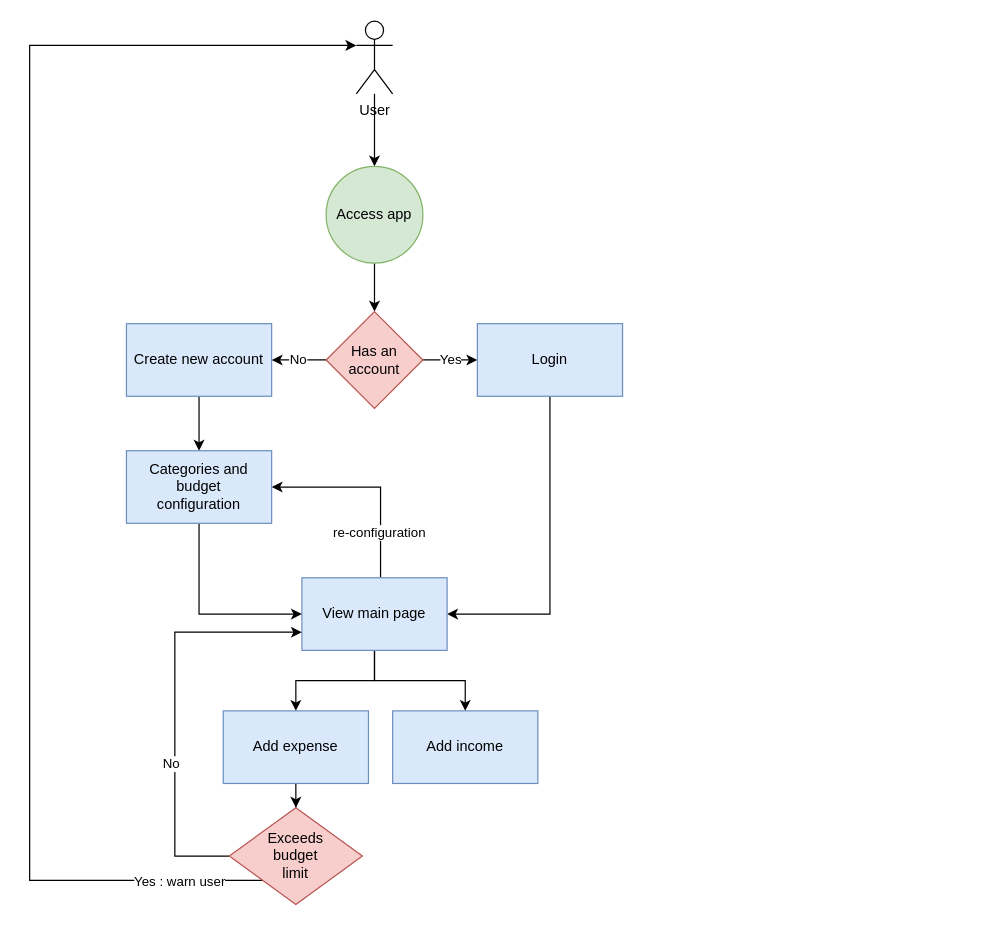
Before: charts/FlowChart.drawio in iuliali/budget-tracker, a draw.io diagram. Source tidied: cells renumbered, new cells numbered last; positions are measured from the earlier drawing's top-left corner, leaving out a move shared by most shapes. Both pictures are drawn from the tidied source at 121%, with x=0, y=0 at pixel (29, 21).
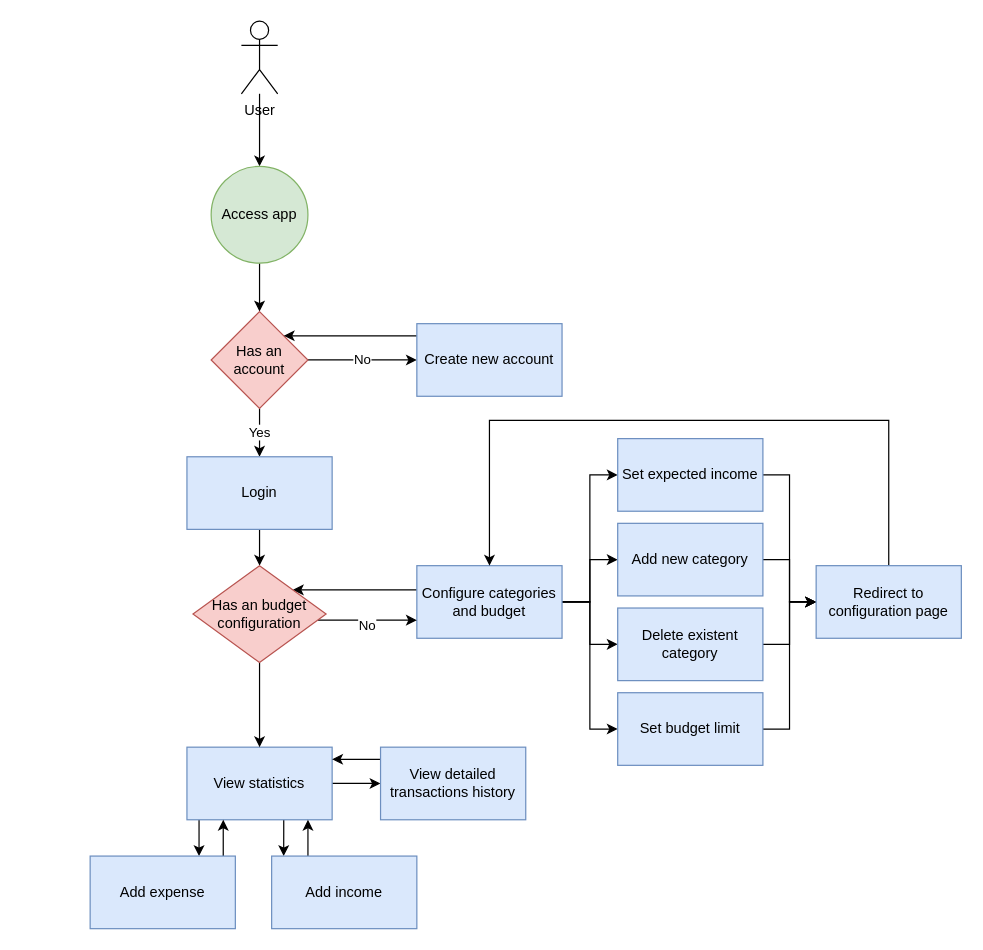
The same diagram, later.

Diff of the diagram source:
```diff
@@
     <mxCell id="2" style="edgeStyle=orthogonalEdgeStyle;rounded=0;jettySize=auto;html=1;entryX=0.5;entryY=0;entryDx=0;entryDy=0;" parent="1" edge="1" source="3">
       <mxGeometry relative="1" as="geometry">
-        <mxPoint x="285" y="120" as="targetPoint" />
+        <mxPoint x="190" y="120" as="targetPoint" />
       </mxGeometry>
     </mxCell>
     <mxCell id="3" value="User" style="shape=umlActor;verticalLabelPosition=bottom;verticalAlign=top;html=1;outlineConnect=0;" parent="1" vertex="1">
-      <mxGeometry x="270" width="30" height="60" as="geometry" />
+      <mxGeometry x="175" width="30" height="60" as="geometry" />
     </mxCell>
@@
     <mxCell id="5" value="Access app" style="ellipse;whiteSpace=wrap;html=1;fillColor=#d5e8d4;strokeColor=#82b366;" parent="1" vertex="1">
-      <mxGeometry x="245" y="120" width="80" height="80" as="geometry" />
+      <mxGeometry x="150" y="120" width="80" height="80" as="geometry" />
     </mxCell>
@@
-    <mxCell id="7" value="No" style="edgeStyle=orthogonalEdgeStyle;rounded=0;jettySize=auto;html=1;entryX=1;entryY=0.5;entryDx=0;entryDy=0;" parent="1" edge="1" source="8" target="12">
+    <mxCell id="7" value="No" style="edgeStyle=orthogonalEdgeStyle;rounded=0;jettySize=auto;html=1;entryX=0;entryY=0.5;entryDx=0;entryDy=0;" parent="1" edge="1" source="8" target="12">
       <mxGeometry relative="1" as="geometry" />
     </mxCell>
     <mxCell id="8" value="Has an account" style="rhombus;whiteSpace=wrap;html=1;fillColor=#f8cecc;strokeColor=#b85450;" parent="1" vertex="1">
-      <mxGeometry x="245" y="240" width="80" height="80" as="geometry" />
+      <mxGeometry x="150" y="240" width="80" height="80" as="geometry" />
     </mxCell>
-    <mxCell id="9" style="edgeStyle=orthogonalEdgeStyle;rounded=0;jettySize=auto;html=1;entryX=1;entryY=0.5;entryDx=0;entryDy=0;" parent="1" edge="1" source="10" target="17">
-      <mxGeometry relative="1" as="geometry">
-        <Array as="points">
-          <mxPoint x="430" y="490" />
-        </Array>
-      </mxGeometry>
-    </mxCell>
+    <mxCell id="28" style="edgeStyle=orthogonalEdgeStyle;rounded=0;jettySize=auto;html=1;entryX=0.5;entryY=0;entryDx=0;entryDy=0;" parent="1" edge="1" source="10" target="39">
+      <mxGeometry relative="1" as="geometry" />
+    </mxCell>
     <mxCell id="10" value="Login" style="rounded=0;whiteSpace=wrap;html=1;fillColor=#dae8fc;strokeColor=#6c8ebf;" parent="1" vertex="1">
-      <mxGeometry x="370" y="250" width="120" height="60" as="geometry" />
+      <mxGeometry x="130" y="360" width="120" height="60" as="geometry" />
     </mxCell>
-    <mxCell id="11" style="edgeStyle=orthogonalEdgeStyle;rounded=0;jettySize=auto;html=1;" parent="1" edge="1" source="12" target="19">
-      <mxGeometry relative="1" as="geometry" />
-    </mxCell>
+    <mxCell id="29" style="edgeStyle=orthogonalEdgeStyle;rounded=0;jettySize=auto;html=1;entryX=1;entryY=0;entryDx=0;entryDy=0;" parent="1" edge="1" source="12" target="8">
+      <mxGeometry relative="1" as="geometry">
+        <Array as="points">
+          <mxPoint x="350" y="260" />
+          <mxPoint x="350" y="260" />
+        </Array>
+      </mxGeometry>
+    </mxCell>
     <mxCell id="12" value="Create new account" style="rounded=0;whiteSpace=wrap;html=1;fillColor=#dae8fc;strokeColor=#6c8ebf;" parent="1" vertex="1">
-      <mxGeometry x="80" y="250" width="120" height="60" as="geometry" />
+      <mxGeometry x="320" y="250" width="120" height="60" as="geometry" />
     </mxCell>
-    <mxCell id="13" style="edgeStyle=orthogonalEdgeStyle;rounded=0;jettySize=auto;html=1;entryX=1;entryY=0.5;entryDx=0;entryDy=0;" parent="1" edge="1" source="17" target="19">
-      <mxGeometry relative="1" as="geometry">
-        <Array as="points">
-          <mxPoint x="290" y="385" />
-        </Array>
-      </mxGeometry>
-    </mxCell>
-    <mxCell id="14" value="re-configuration" style="edgeLabel;html=1;align=center;verticalAlign=middle;" parent="13" vertex="1">
-      <mxGeometry x="-0.54" y="2" relative="1" as="geometry" />
-    </mxCell>
-    <mxCell id="15" style="edgeStyle=orthogonalEdgeStyle;rounded=0;jettySize=auto;html=1;entryX=0.5;entryY=0;entryDx=0;entryDy=0;" parent="1" edge="1" source="17" target="21">
-      <mxGeometry relative="1" as="geometry" />
+    <mxCell id="15" style="edgeStyle=orthogonalEdgeStyle;rounded=0;jettySize=auto;html=1;" parent="1" edge="1" source="17" target="21">
+      <mxGeometry relative="1" as="geometry">
+        <Array as="points">
+          <mxPoint x="140" y="670" />
+          <mxPoint x="140" y="670" />
+        </Array>
+      </mxGeometry>
     </mxCell>
-    <mxCell id="16" style="edgeStyle=orthogonalEdgeStyle;rounded=0;jettySize=auto;html=1;entryX=0.5;entryY=0;entryDx=0;entryDy=0;" parent="1" edge="1" source="17" target="22">
-      <mxGeometry relative="1" as="geometry" />
+    <mxCell id="16" style="edgeStyle=orthogonalEdgeStyle;rounded=0;jettySize=auto;html=1;entryX=0.083;entryY=0;entryDx=0;entryDy=0;entryPerimeter=0;" parent="1" edge="1" source="17" target="22">
+      <mxGeometry relative="1" as="geometry">
+        <Array as="points">
+          <mxPoint x="210" y="670" />
+          <mxPoint x="210" y="670" />
+        </Array>
+      </mxGeometry>
     </mxCell>
+    <mxCell id="30" style="edgeStyle=orthogonalEdgeStyle;rounded=0;jettySize=auto;html=1;entryX=0;entryY=0.5;entryDx=0;entryDy=0;" parent="1" edge="1" source="17" target="49">
+      <mxGeometry relative="1" as="geometry" />
+    </mxCell>
-    <mxCell id="17" value="View main page" style="rounded=0;whiteSpace=wrap;html=1;fillColor=#dae8fc;strokeColor=#6c8ebf;" parent="1" vertex="1">
-      <mxGeometry x="225" y="460" width="120" height="60" as="geometry" />
+    <mxCell id="17" value="View statistics" style="rounded=0;whiteSpace=wrap;html=1;fillColor=#dae8fc;strokeColor=#6c8ebf;" parent="1" vertex="1">
+      <mxGeometry x="130" y="600" width="120" height="60" as="geometry" />
     </mxCell>
-    <mxCell id="18" style="edgeStyle=orthogonalEdgeStyle;rounded=0;jettySize=auto;html=1;entryX=0;entryY=0.5;entryDx=0;entryDy=0;" parent="1" edge="1" source="19" target="17">
-      <mxGeometry relative="1" as="geometry">
-        <Array as="points">
-          <mxPoint x="140" y="490" />
-        </Array>
-      </mxGeometry>
-    </mxCell>
+    <mxCell id="31" style="edgeStyle=orthogonalEdgeStyle;rounded=0;jettySize=auto;html=1;entryX=1;entryY=0;entryDx=0;entryDy=0;" parent="1" edge="1" source="19" target="39">
+      <mxGeometry relative="1" as="geometry">
+        <Array as="points">
+          <mxPoint x="360" y="470" />
+          <mxPoint x="360" y="470" />
+        </Array>
+      </mxGeometry>
+    </mxCell>
+    <mxCell id="32" style="edgeStyle=orthogonalEdgeStyle;rounded=0;jettySize=auto;html=1;entryX=0;entryY=0.5;entryDx=0;entryDy=0;" parent="1" edge="1" source="19" target="45">
+      <mxGeometry relative="1" as="geometry" />
+    </mxCell>
+    <mxCell id="33" style="edgeStyle=orthogonalEdgeStyle;rounded=0;jettySize=auto;html=1;" parent="1" edge="1" source="19" target="41">
+      <mxGeometry relative="1" as="geometry" />
+    </mxCell>
+    <mxCell id="34" style="edgeStyle=orthogonalEdgeStyle;rounded=0;jettySize=auto;html=1;" parent="1" edge="1" source="19" target="43">
+      <mxGeometry relative="1" as="geometry" />
+    </mxCell>
+    <mxCell id="35" style="edgeStyle=orthogonalEdgeStyle;rounded=0;jettySize=auto;html=1;entryX=0;entryY=0.5;entryDx=0;entryDy=0;" parent="1" edge="1" source="19" target="47">
+      <mxGeometry relative="1" as="geometry" />
+    </mxCell>
-    <mxCell id="19" value="Categories and budget &lt;br&gt;configuration" style="rounded=0;whiteSpace=wrap;html=1;fillColor=#dae8fc;strokeColor=#6c8ebf;" parent="1" vertex="1">
-      <mxGeometry x="80" y="355" width="120" height="60" as="geometry" />
+    <mxCell id="19" value="Configure categories and budget" style="rounded=0;whiteSpace=wrap;html=1;fillColor=#dae8fc;strokeColor=#6c8ebf;" parent="1" vertex="1">
+      <mxGeometry x="320" y="450" width="120" height="60" as="geometry" />
     </mxCell>
-    <mxCell id="20" style="edgeStyle=orthogonalEdgeStyle;rounded=0;jettySize=auto;html=1;entryX=0.5;entryY=0;entryDx=0;entryDy=0;" parent="1" edge="1" source="21" target="27">
-      <mxGeometry relative="1" as="geometry" />
-    </mxCell>
+    <mxCell id="36" style="edgeStyle=orthogonalEdgeStyle;rounded=0;jettySize=auto;html=1;" parent="1" edge="1" source="21" target="17">
+      <mxGeometry relative="1" as="geometry">
+        <Array as="points">
+          <mxPoint x="160" y="670" />
+          <mxPoint x="160" y="670" />
+        </Array>
+      </mxGeometry>
+    </mxCell>
     <mxCell id="21" value="Add expense" style="rounded=0;whiteSpace=wrap;html=1;fillColor=#dae8fc;strokeColor=#6c8ebf;" parent="1" vertex="1">
-      <mxGeometry x="160" y="570" width="120" height="60" as="geometry" />
+      <mxGeometry x="50" y="690" width="120" height="60" as="geometry" />
     </mxCell>
+    <mxCell id="37" style="edgeStyle=orthogonalEdgeStyle;rounded=0;jettySize=auto;html=1;" parent="1" edge="1" source="22" target="17">
+      <mxGeometry relative="1" as="geometry">
+        <Array as="points">
+          <mxPoint x="230" y="680" />
+          <mxPoint x="230" y="680" />
+        </Array>
+      </mxGeometry>
+    </mxCell>
     <mxCell id="22" value="Add income" style="rounded=0;whiteSpace=wrap;html=1;fillColor=#dae8fc;strokeColor=#6c8ebf;" parent="1" vertex="1">
-      <mxGeometry x="300" y="570" width="120" height="60" as="geometry" />
+      <mxGeometry x="200" y="690" width="120" height="60" as="geometry" />
     </mxCell>
-    <mxCell id="23" style="edgeStyle=orthogonalEdgeStyle;rounded=0;jettySize=auto;html=1;entryX=0;entryY=0.3333333333333333;entryDx=0;entryDy=0;entryPerimeter=0;" parent="1" edge="1" source="27" target="3">
-      <mxGeometry relative="1" as="geometry">
-        <Array as="points">
-          <mxPoint y="710" />
-          <mxPoint y="20" />
-        </Array>
-      </mxGeometry>
-    </mxCell>
-    <mxCell id="24" value="Yes : warn user" style="edgeLabel;html=1;align=center;verticalAlign=middle;" parent="23" vertex="1">
-      <mxGeometry x="-0.88" relative="1" as="geometry" />
-    </mxCell>
-    <mxCell id="25" style="edgeStyle=orthogonalEdgeStyle;rounded=0;jettySize=auto;html=1;entryX=0;entryY=0.75;entryDx=0;entryDy=0;" parent="1" edge="1" source="27" target="17">
-      <mxGeometry relative="1" as="geometry">
-        <Array as="points">
-          <mxPoint x="120" y="690" />
-          <mxPoint x="120" y="505" />
-        </Array>
-      </mxGeometry>
-    </mxCell>
+    <mxCell id="38" style="edgeStyle=orthogonalEdgeStyle;rounded=0;jettySize=auto;html=1;entryX=0.5;entryY=0;entryDx=0;entryDy=0;" parent="1" edge="1" source="39" target="17">
+      <mxGeometry relative="1" as="geometry" />
+    </mxCell>
-    <mxCell id="26" value="No" style="edgeLabel;html=1;align=center;verticalAlign=middle;" parent="25" vertex="1">
-      <mxGeometry x="-0.27" y="4" relative="1" as="geometry" />
+    <mxCell id="26" value="No" style="edgeStyle=orthogonalEdgeStyle;rounded=0;jettySize=auto;html=1;entryX=0;entryY=0.75;entryDx=0;entryDy=0;" parent="1" edge="1" source="39" target="19">
+      <mxGeometry x="0.07" y="-6" relative="1" as="geometry">
+        <Array as="points">
+          <mxPoint x="260" y="495" />
+          <mxPoint x="260" y="495" />
+        </Array>
+        <mxPoint x="-3" y="-1" as="offset" />
+      </mxGeometry>
     </mxCell>
-    <mxCell id="27" value="Exceeds&lt;br&gt;budget &lt;br&gt;limit" style="rhombus;whiteSpace=wrap;html=1;fillColor=#f8cecc;strokeColor=#b85450;" parent="1" vertex="1">
-      <mxGeometry x="165" y="650" width="110" height="80" as="geometry" />
-    </mxCell>
+    <mxCell id="39" value="Has an budget configuration" style="rhombus;whiteSpace=wrap;html=1;fillColor=#f8cecc;strokeColor=#b85450;" parent="1" vertex="1">
+      <mxGeometry x="135" y="450" width="110" height="80" as="geometry" />
+    </mxCell>
+    <mxCell id="40" style="edgeStyle=orthogonalEdgeStyle;rounded=0;jettySize=auto;html=1;entryX=0;entryY=0.5;entryDx=0;entryDy=0;" parent="1" edge="1" source="41" target="51">
+      <mxGeometry relative="1" as="geometry" />
+    </mxCell>
+    <mxCell id="41" value="Add new category" style="rounded=0;whiteSpace=wrap;html=1;fillColor=#dae8fc;strokeColor=#6c8ebf;" parent="1" vertex="1">
+      <mxGeometry x="486" y="415" width="120" height="60" as="geometry" />
+    </mxCell>
+    <mxCell id="42" style="edgeStyle=orthogonalEdgeStyle;rounded=0;jettySize=auto;html=1;" parent="1" edge="1" source="43" target="51">
+      <mxGeometry relative="1" as="geometry" />
+    </mxCell>
+    <mxCell id="43" value="Delete existent category" style="rounded=0;whiteSpace=wrap;html=1;fillColor=#dae8fc;strokeColor=#6c8ebf;" parent="1" vertex="1">
+      <mxGeometry x="486" y="485" width="120" height="60" as="geometry" />
+    </mxCell>
+    <mxCell id="44" style="edgeStyle=orthogonalEdgeStyle;rounded=0;jettySize=auto;html=1;entryX=0;entryY=0.5;entryDx=0;entryDy=0;" parent="1" edge="1" source="45" target="51">
+      <mxGeometry relative="1" as="geometry" />
+    </mxCell>
+    <mxCell id="45" value="Set expected income" style="rounded=0;whiteSpace=wrap;html=1;fillColor=#dae8fc;strokeColor=#6c8ebf;" parent="1" vertex="1">
+      <mxGeometry x="486" y="345" width="120" height="60" as="geometry" />
+    </mxCell>
+    <mxCell id="46" style="edgeStyle=orthogonalEdgeStyle;rounded=0;jettySize=auto;html=1;entryX=0;entryY=0.5;entryDx=0;entryDy=0;" parent="1" edge="1" source="47" target="51">
+      <mxGeometry relative="1" as="geometry" />
+    </mxCell>
+    <mxCell id="47" value="Set budget limit" style="rounded=0;whiteSpace=wrap;html=1;fillColor=#dae8fc;strokeColor=#6c8ebf;" parent="1" vertex="1">
+      <mxGeometry x="486" y="555" width="120" height="60" as="geometry" />
+    </mxCell>
+    <mxCell id="48" style="edgeStyle=orthogonalEdgeStyle;rounded=0;jettySize=auto;html=1;" parent="1" edge="1" source="49">
+      <mxGeometry relative="1" as="geometry">
+        <mxPoint x="250" y="610" as="targetPoint" />
+        <Array as="points">
+          <mxPoint x="250" y="610" />
+        </Array>
+      </mxGeometry>
+    </mxCell>
+    <mxCell id="49" value="View detailed transactions history" style="rounded=0;whiteSpace=wrap;html=1;fillColor=#dae8fc;strokeColor=#6c8ebf;" parent="1" vertex="1">
+      <mxGeometry x="290" y="600" width="120" height="60" as="geometry" />
+    </mxCell>
+    <mxCell id="50" style="edgeStyle=orthogonalEdgeStyle;rounded=0;jettySize=auto;html=1;entryX=0.5;entryY=0;entryDx=0;entryDy=0;" parent="1" edge="1" source="51" target="19">
+      <mxGeometry relative="1" as="geometry">
+        <Array as="points">
+          <mxPoint x="710" y="330" />
+          <mxPoint x="380" y="330" />
+        </Array>
+      </mxGeometry>
+    </mxCell>
+    <mxCell id="51" value="Redirect to configuration page" style="rounded=0;whiteSpace=wrap;html=1;fillColor=#dae8fc;strokeColor=#6c8ebf;" parent="1" vertex="1">
+      <mxGeometry x="650" y="450" width="120" height="60" as="geometry" />
+    </mxCell>
```
